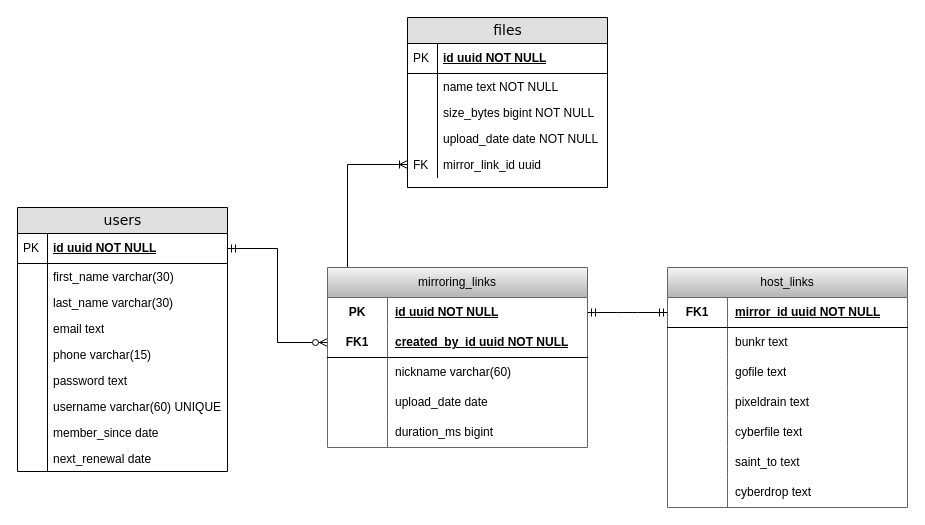
The draw.io diagram assets/easymirror-entity-relation.drawio in easymirror/easymirror-backend, before the edit. Source tidied: cells renumbered, new cells numbered last; positions are measured from the earlier drawing's top-left corner, leaving out a move shared by most shapes. Both pictures are drawn from the tidied source at 100%, with x=0, y=0 at pixel (17, 17).
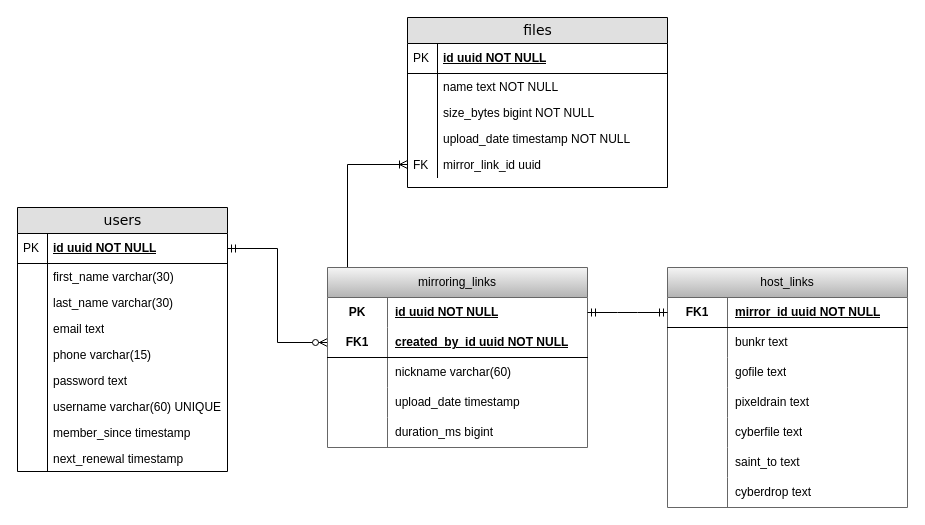
The same page after the edit.

The change refers to these unchanged cells:
```xml
<mxCell id="2" value="users" style="swimlane;html=1;fontStyle=0;horizontal=1;startSize=26;fillColor=#e0e0e0;swimlaneFillColor=#ffffff;align=center;rounded=0;shadow=0;comic=0;labelBackgroundColor=none;strokeWidth=1;fontFamily=Verdana;fontSize=14;" parent="1" vertex="1">
  <mxGeometry y="190" width="210" height="264" as="geometry" />
</mxCell>
<mxCell id="44" style="shape=tableRow;horizontal=0;startSize=0;swimlaneHead=0;swimlaneBody=0;fillColor=none;top=0;left=0;right=0;bottom=0;html=1;" parent="34" vertex="1">
  <mxGeometry y="120" width="260" height="30" as="geometry" />
</mxCell>
```

What changed in the source:
```diff
@@
-    <mxCell id="17" value="member_since date" style="shape=partialRectangle;top=0;left=0;right=0;bottom=0;html=1;align=left;verticalAlign=top;fillColor=none;spacingLeft=34;spacingRight=4;whiteSpace=wrap;overflow=hidden;" parent="2" vertex="1">
+    <mxCell id="17" value="member_since&amp;nbsp;timestamp" style="shape=partialRectangle;top=0;left=0;right=0;bottom=0;html=1;align=left;verticalAlign=top;fillColor=none;spacingLeft=34;spacingRight=4;whiteSpace=wrap;overflow=hidden;" parent="2" vertex="1">
       <mxGeometry y="212" width="210" height="26" as="geometry" />
     </mxCell>
@@
-    <mxCell id="19" value="next_renewal date" style="shape=partialRectangle;top=0;left=0;right=0;bottom=0;html=1;align=left;verticalAlign=top;fillColor=none;spacingLeft=34;spacingRight=4;whiteSpace=wrap;overflow=hidden;" parent="2" vertex="1">
+    <mxCell id="19" value="next_renewal&amp;nbsp;timestamp" style="shape=partialRectangle;top=0;left=0;right=0;bottom=0;html=1;align=left;verticalAlign=top;fillColor=none;spacingLeft=34;spacingRight=4;whiteSpace=wrap;overflow=hidden;" parent="2" vertex="1">
       <mxGeometry y="238" width="210" height="26" as="geometry" />
     </mxCell>
@@
     <mxCell id="21" value="files" style="swimlane;html=1;fontStyle=0;horizontal=1;startSize=26;fillColor=#e0e0e0;swimlaneFillColor=#ffffff;align=center;rounded=0;shadow=0;comic=0;labelBackgroundColor=none;strokeWidth=1;fontFamily=Verdana;fontSize=14;" parent="1" vertex="1">
-      <mxGeometry x="390" width="200" height="170" as="geometry" />
+      <mxGeometry x="390" width="260" height="170" as="geometry" />
     </mxCell>
     <mxCell id="22" value="id uuid&amp;nbsp;NOT NULL" style="shape=partialRectangle;top=0;left=0;right=0;bottom=1;html=1;align=left;verticalAlign=middle;fillColor=none;spacingLeft=34;spacingRight=4;whiteSpace=wrap;overflow=hidden;fontStyle=5;" parent="21" vertex="1">
-      <mxGeometry y="26" width="200" height="30" as="geometry" />
+      <mxGeometry y="26" width="260" height="30" as="geometry" />
     </mxCell>
@@
     <mxCell id="24" value="name text NOT NULL" style="shape=partialRectangle;top=0;left=0;right=0;bottom=0;html=1;align=left;verticalAlign=top;fillColor=none;spacingLeft=34;spacingRight=4;whiteSpace=wrap;overflow=hidden;" parent="21" vertex="1">
-      <mxGeometry y="56" width="200" height="26" as="geometry" />
+      <mxGeometry y="56" width="260" height="26" as="geometry" />
     </mxCell>
@@
     <mxCell id="26" value="size_bytes bigint NOT NULL" style="shape=partialRectangle;top=0;left=0;right=0;bottom=0;html=1;align=left;verticalAlign=top;fillColor=none;spacingLeft=34;spacingRight=4;whiteSpace=wrap;overflow=hidden;" parent="21" vertex="1">
-      <mxGeometry y="82" width="200" height="26" as="geometry" />
+      <mxGeometry y="82" width="260" height="26" as="geometry" />
     </mxCell>
@@
-    <mxCell id="28" value="upload_date date NOT NULL" style="shape=partialRectangle;top=0;left=0;right=0;bottom=0;html=1;align=left;verticalAlign=top;fillColor=none;spacingLeft=34;spacingRight=4;whiteSpace=wrap;overflow=hidden;" parent="21" vertex="1">
-      <mxGeometry y="108" width="200" height="26" as="geometry" />
+    <mxCell id="28" value="upload_date&amp;nbsp;timestamp&amp;nbsp;NOT NULL" style="shape=partialRectangle;top=0;left=0;right=0;bottom=0;html=1;align=left;verticalAlign=top;fillColor=none;spacingLeft=34;spacingRight=4;whiteSpace=wrap;overflow=hidden;" parent="21" vertex="1">
+      <mxGeometry y="108" width="260" height="26" as="geometry" />
     </mxCell>
@@
     <mxCell id="30" value="mirror_link_id uuid" style="shape=partialRectangle;top=0;left=0;right=0;bottom=0;html=1;align=left;verticalAlign=top;fillColor=none;spacingLeft=34;spacingRight=4;whiteSpace=wrap;overflow=hidden;points=[[0,0.5],[1,0.5]];portConstraint=eastwest;" parent="21" vertex="1">
-      <mxGeometry y="134" width="200" height="26" as="geometry" />
+      <mxGeometry y="134" width="260" height="26" as="geometry" />
     </mxCell>
@@
-    <mxCell id="46" value="upload_date date" style="shape=partialRectangle;fillColor=none;top=0;left=0;bottom=0;right=0;align=left;spacingLeft=6;overflow=hidden;html=1;whiteSpace=wrap;" parent="44" vertex="1">
+    <mxCell id="46" value="upload_date&amp;nbsp;timestamp" style="shape=partialRectangle;fillColor=none;top=0;left=0;bottom=0;right=0;align=left;spacingLeft=6;overflow=hidden;html=1;whiteSpace=wrap;" parent="44" vertex="1">
       <mxGeometry x="60" width="200" height="30" as="geometry" />
     </mxCell>
```
